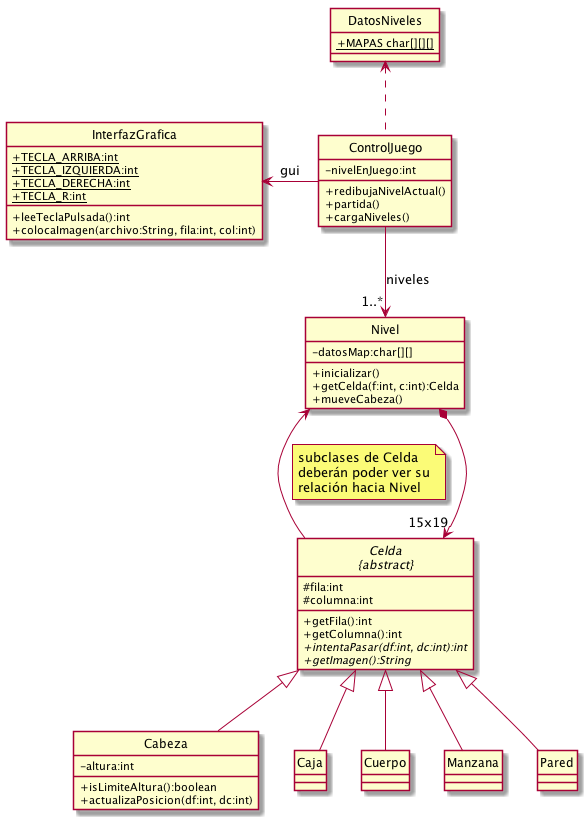
The PlantUML diagram doc/uml_refactor_1.png in mariomac/limerick, before a commit.
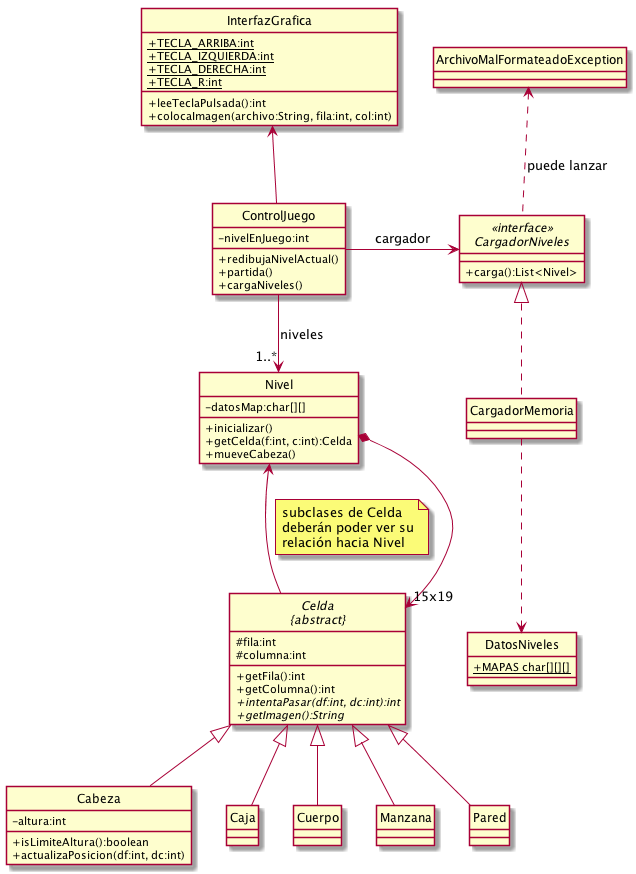
The same diagram one commit later.

Commit message:
Añadida interfaz CargadorNiveles y documentada

What changed in the source:
```diff
@@ -11,6 +11,17 @@
     +leeTeclaPulsada():int
     +colocaImagen(archivo:String, fila:int, col:int)
 }
+
+interface CargadorNiveles <<interface>> {
+    +carga():List<Nivel>
+}
+
+ArchivoMalFormateadoException <.. CargadorNiveles: puede lanzar
+ControlJuego -right-> CargadorNiveles: cargador
+
+CargadorNiveles <|.. CargadorMemoria
+
+CargadorMemoria ..> DatosNiveles
 
 class ControlJuego {
     -nivelEnJuego:int
@@ -45,9 +56,8 @@
     +{static} MAPAS char[][][]
 }
 
-ControlJuego .up.> DatosNiveles
 
-ControlJuego -left-> InterfazGrafica : gui
+InterfazGrafica <-- ControlJuego
 ControlJuego -down-> "1..*" Nivel : niveles
 
 Celda -up-> Nivel
```
